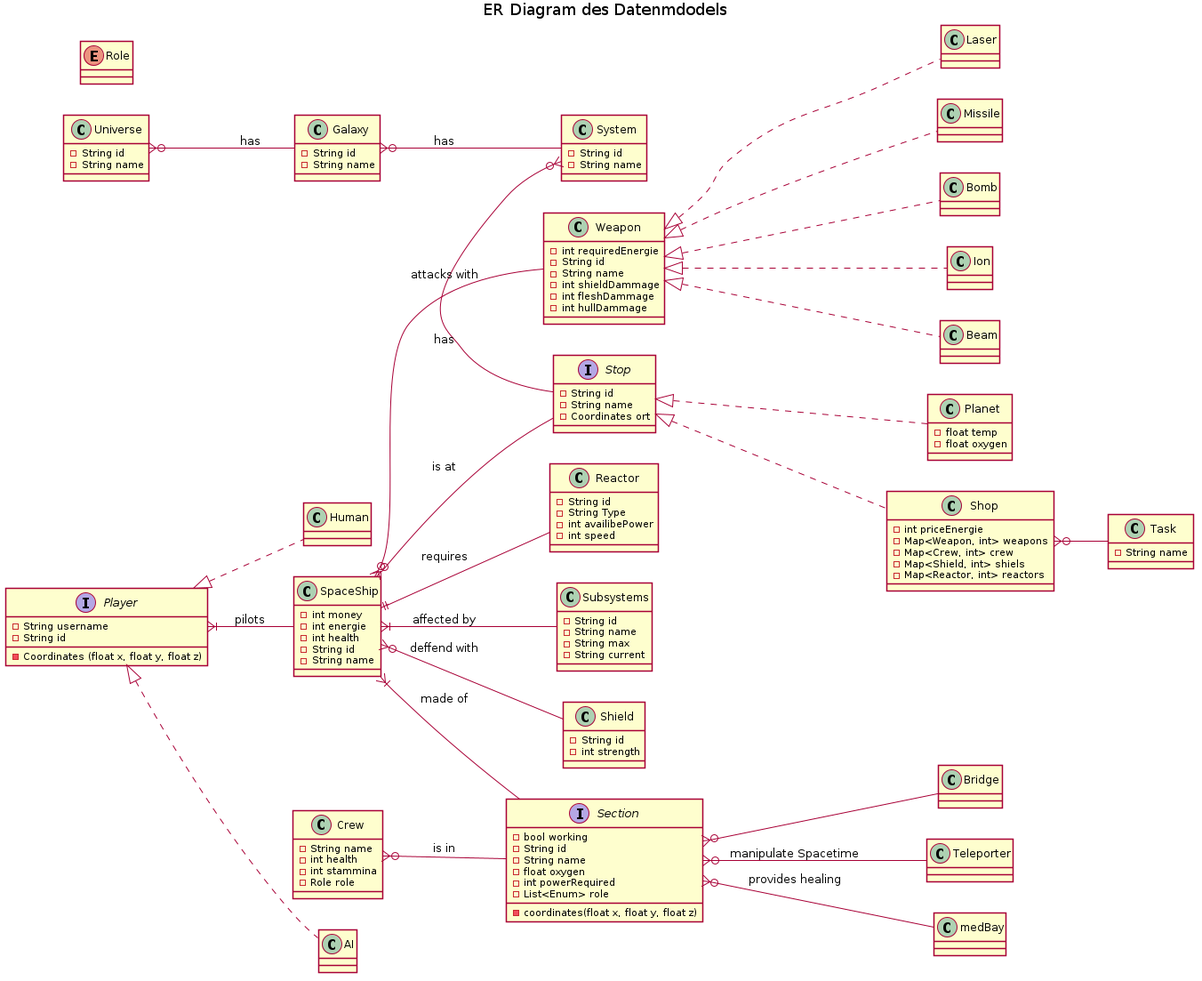
Before: docs/ERDiagram.png, a diagram exported from PlantUML (ksreyr/SpaceStudio).
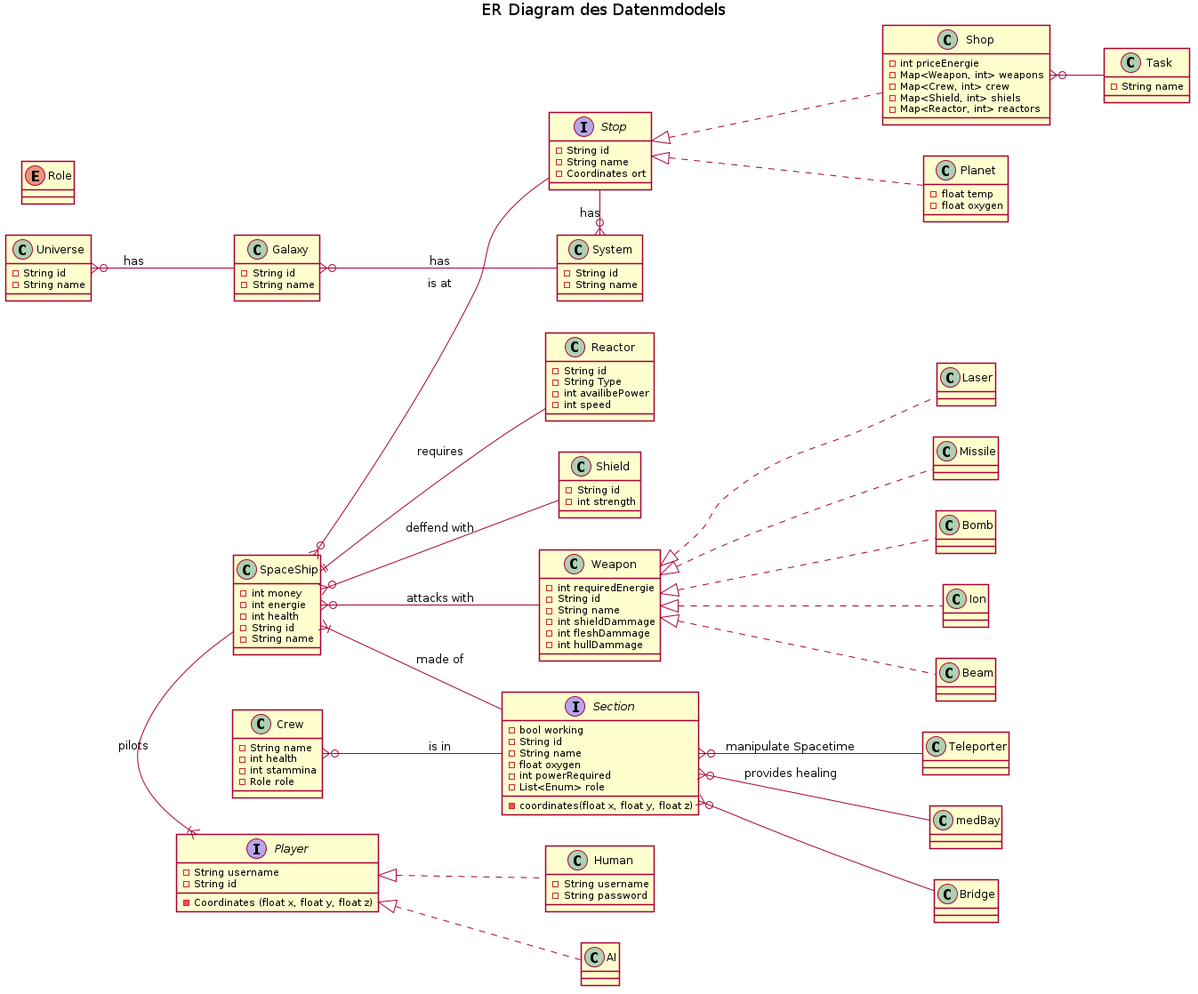
After the change.

Diff of the diagram source:
```diff
@@ -28,13 +28,6 @@
   - Map<Crew, int> crew
   - Map<Shield, int> shiels
   - Map<Reactor, int> reactors
-}
-
-class Subsystems {
-  - String id
-  - String name
-  - String max
-  - String current
 }
 
 class Shield {
@@ -90,7 +83,10 @@
 
 class AI
 
-class Human
+class Human {
+   - String username
+   - String password
+}
 
 class Universe {
    - String id
@@ -125,7 +121,7 @@
 
 Universe }o-- Galaxy: has
 Galaxy }o-- System: has
-System }o-right- Stop: has
+System }o-left- Stop: has
 
 Stop <|.. Planet
 Stop <|.. Shop
@@ -134,11 +130,10 @@
 
 SpaceShip }o-- Stop : is at
 
-Player }|-- SpaceShip: pilots
+Player }|-left- SpaceShip: pilots
 Player <|.. AI
 Player <|.. Human
 
-SpaceShip }|-- Subsystems: affected by
 SpaceShip }|-- Section: made of
 SpaceShip ||-- Reactor: requires
 SpaceShip }o-- Shield: deffend with
```
